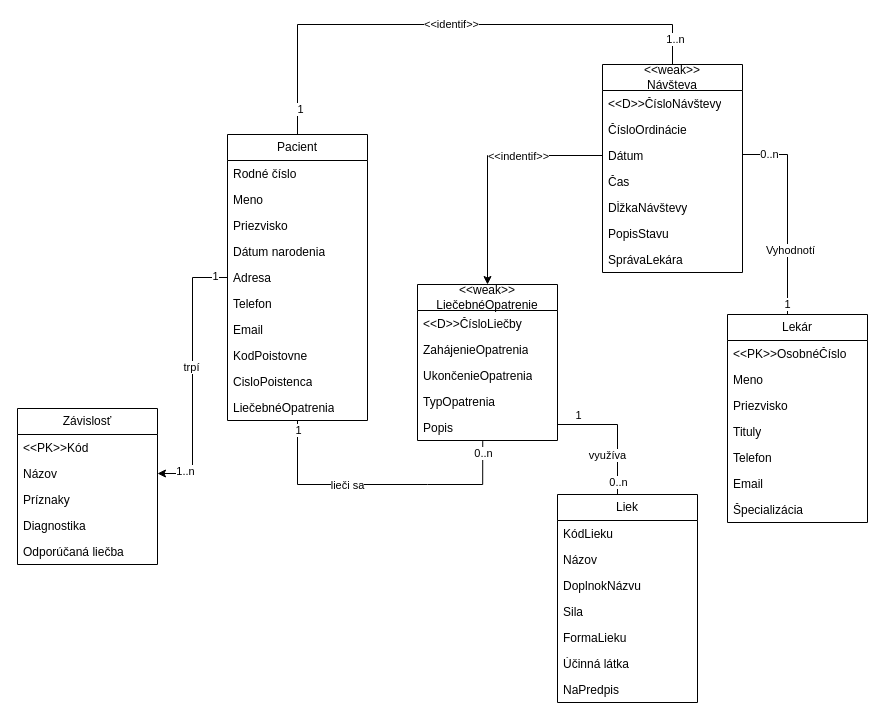
Before: ius-priprava_na_skusku.drawio in stofife/IUS, a draw.io diagram. Source tidied: cells renumbered, new cells numbered last; positions are measured from the earlier drawing's top-left corner, leaving out a move shared by most shapes. Both pictures are drawn from the tidied source at 100%, with x=0, y=0 at pixel (17, 24).
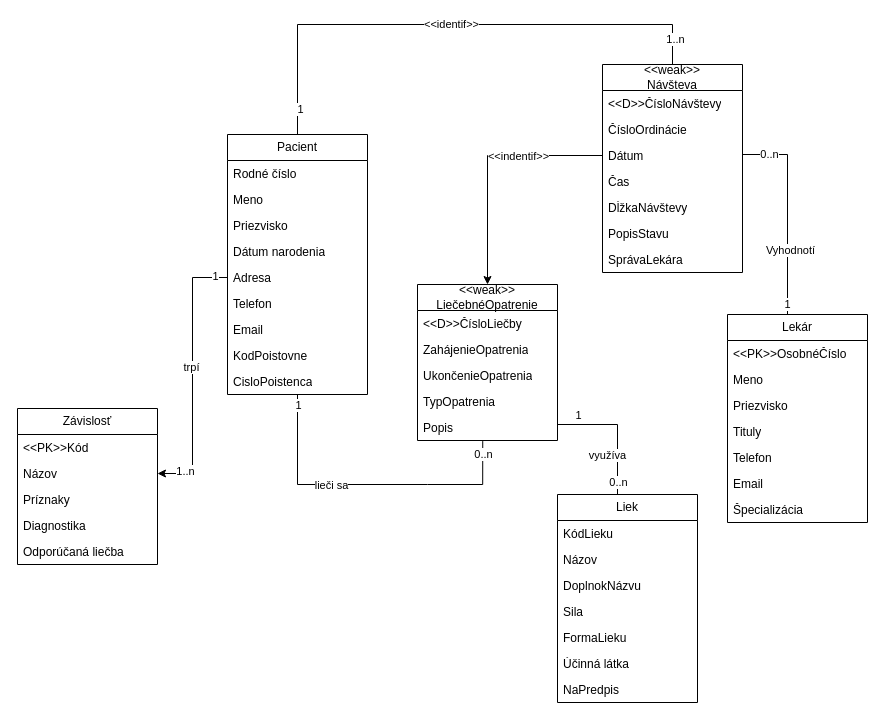
Above is the later version.

The edit, as a diff of the source:
```diff
@@
     <mxCell id="12" value="Pacient" style="swimlane;fontStyle=0;horizontal=1;startSize=26;fillColor=none;whiteSpace=wrap;html=1;" parent="1" vertex="1">
-      <mxGeometry x="210" y="110" width="140" height="286" as="geometry" />
+      <mxGeometry x="210" y="110" width="140" height="260" as="geometry" />
     </mxCell>
@@
-    <mxCell id="22" value="LiečebnéOpatrenia" style="text;strokeColor=none;fillColor=none;align=left;verticalAlign=top;spacingLeft=4;spacingRight=4;overflow=hidden;whiteSpace=wrap;html=1;" parent="12" vertex="1">
-      <mxGeometry y="260" width="140" height="26" as="geometry" />
-    </mxCell>
```
